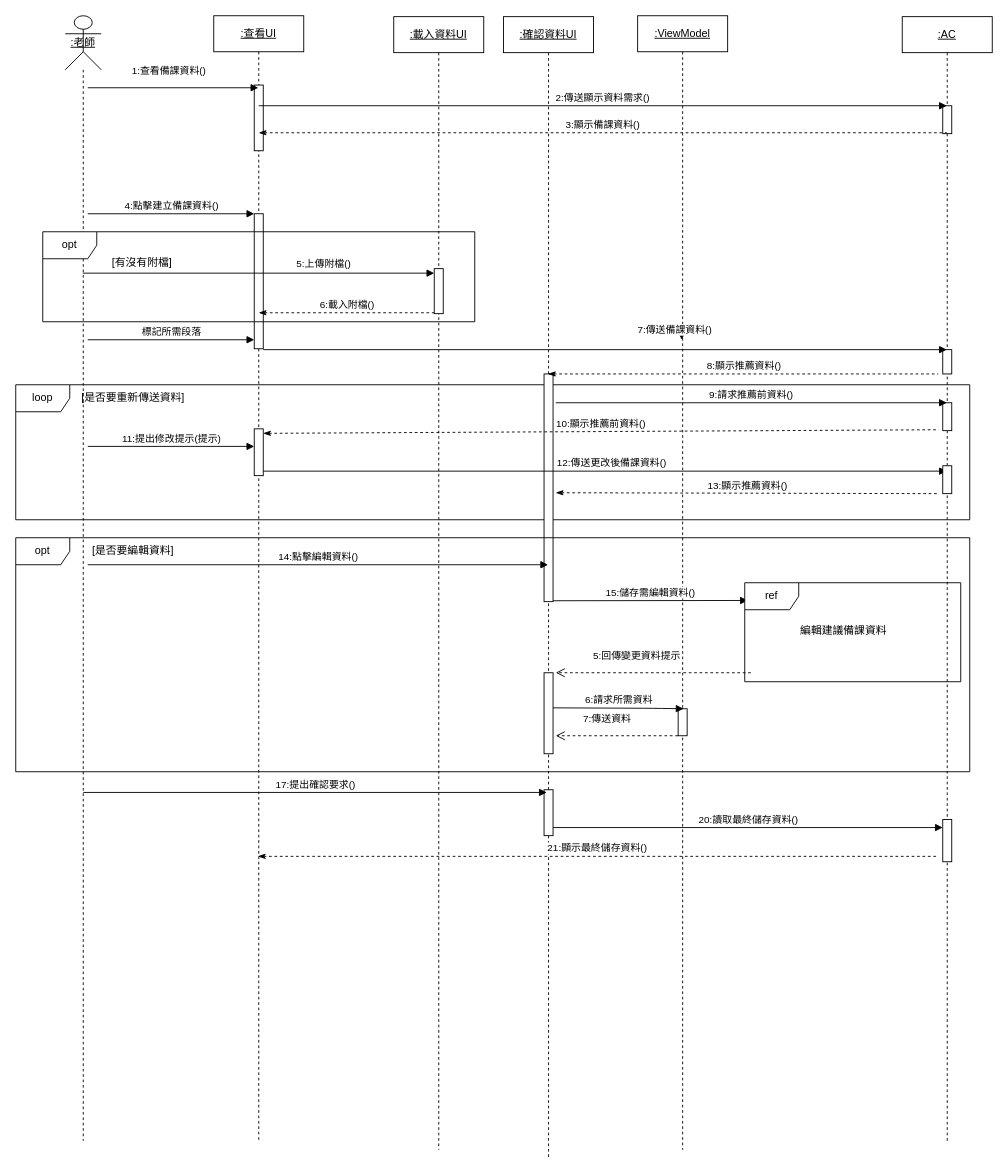
Above: 循序圖(建立備課資料-UI)-new.drawio in Kevincheng0804/System-analysis (draw.io), before the change. Source tidied: cells renumbered, new cells numbered last; positions are measured from the earlier drawing's top-left corner, leaving out a move shared by most shapes. Both pictures are drawn from the tidied source at 90%, with x=0, y=0 at pixel (15, 15).
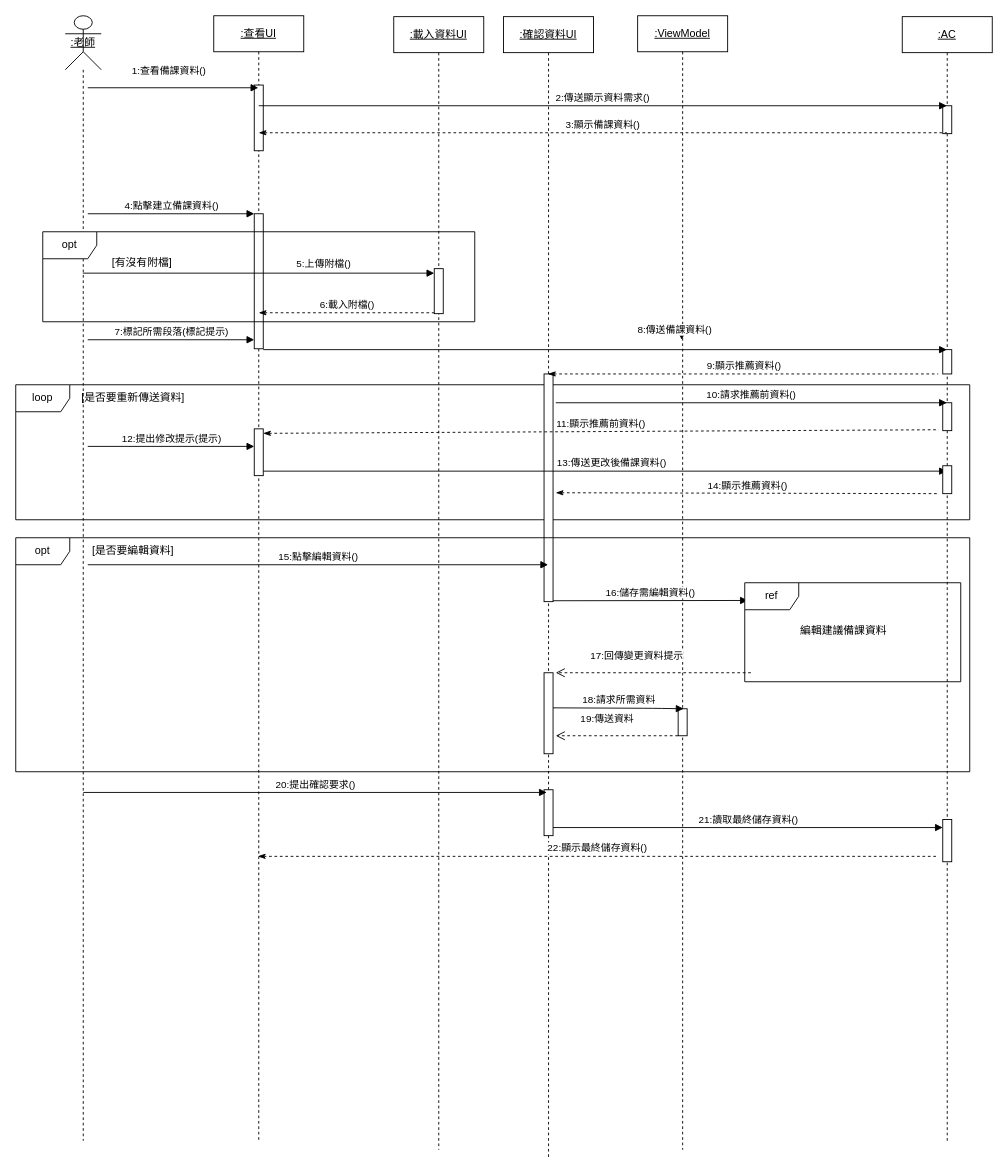
The same diagram, later.

Commit message:
更新循序圖(建立備課資料-UI)-new.drawio

The change refers to these unchanged cells:
```xml
<mxCell id="7" value="&lt;u&gt;:確認資料UI&lt;/u&gt;" style="shape=umlLifeline;perimeter=lifelinePerimeter;whiteSpace=wrap;html=1;outlineConnect=0;portConstraint=eastwest;newEdgeStyle={&quot;curved&quot;:0,&quot;rounded&quot;:0};" parent="1" vertex="1">
  <mxGeometry x="542" y="1" width="100" height="1269" as="geometry" />
</mxCell>
<mxCell id="12" value="&lt;u&gt;:AC&lt;/u&gt;" style="shape=umlLifeline;perimeter=lifelinePerimeter;whiteSpace=wrap;html=1;outlineConnect=0;portConstraint=eastwest;newEdgeStyle={&quot;curved&quot;:0,&quot;rounded&quot;:0};" parent="1" vertex="1">
  <mxGeometry x="985" y="1" width="100" height="1249" as="geometry" />
</mxCell>
<mxCell id="26" style="html=1;verticalAlign=bottom;endArrow=block;curved=0;rounded=0;" parent="1" edge="1">
  <mxGeometry relative="1" as="geometry">
    <mxPoint x="740" y="356" as="sourcePoint" />
    <mxPoint x="740" y="360" as="targetPoint" />
  </mxGeometry>
</mxCell>
<mxCell id="31" style="html=1;points=[[0,0,0,0,5],[0,1,0,0,-5],[1,0,0,0,5],[1,1,0,0,-5]];perimeter=orthogonalPerimeter;outlineConnect=0;targetShapes=umlLifeline;portConstraint=eastwest;newEdgeStyle={&quot;curved&quot;:0,&quot;rounded&quot;:0};" parent="1" vertex="1">
  <mxGeometry x="265" y="459" width="10" height="52" as="geometry" />
</mxCell>
<mxCell id="32" style="html=1;verticalAlign=bottom;endArrow=block;curved=0;rounded=0;exitX=1;exitY=1;exitDx=0;exitDy=-5;exitPerimeter=0;" parent="1" edge="1" source="31" target="12">
  <mxGeometry relative="1" as="geometry" />
</mxCell>
<mxCell id="45" value="ref" style="shape=umlFrame;whiteSpace=wrap;html=1;" parent="1" vertex="1">
  <mxGeometry x="810" y="630" width="240" height="110" as="geometry" />
</mxCell>
```

What changed in the source:
```diff
@@
-    <mxCell id="27" value="7:傳送備課資料()" style="edgeLabel;html=1;align=center;verticalAlign=middle;" parent="26" vertex="1">
+    <mxCell id="27" value="8:傳送備課資料()" style="edgeLabel;html=1;align=center;verticalAlign=middle;" parent="26" vertex="1">
       <mxGeometry x="0.04" relative="1" as="geometry">
         <mxPoint x="-9" y="-10" as="offset" />
       </mxGeometry>
     </mxCell>
-    <mxCell id="28" value="8:顯示推薦資料()" style="html=1;verticalAlign=bottom;endArrow=none;curved=0;rounded=0;startArrow=classicThin;startFill=1;endFill=0;dashed=1;" parent="1" edge="1" source="7">
+    <mxCell id="28" value="9:顯示推薦資料()" style="html=1;verticalAlign=bottom;endArrow=none;curved=0;rounded=0;startArrow=classicThin;startFill=1;endFill=0;dashed=1;" parent="1" edge="1" source="7">
       <mxGeometry relative="1" as="geometry">
         <mxPoint x="1025" y="398" as="targetPoint" />
       </mxGeometry>
     </mxCell>
-    <mxCell id="29" value="9:請求推薦前資料()" style="html=1;verticalAlign=bottom;endArrow=block;curved=0;rounded=0;" parent="1" edge="1" target="12">
+    <mxCell id="29" value="10:請求推薦前資料()" style="html=1;verticalAlign=bottom;endArrow=block;curved=0;rounded=0;" parent="1" edge="1" target="12">
       <mxGeometry relative="1" as="geometry">
         <mxPoint x="600" y="430" as="sourcePoint" />
       </mxGeometry>
     </mxCell>
-    <mxCell id="30" value="10:顯示推薦前資料()" style="html=1;verticalAlign=bottom;endArrow=none;curved=0;rounded=0;startArrow=classicThin;startFill=1;endFill=0;dashed=1;exitX=1;exitY=0;exitDx=0;exitDy=5;exitPerimeter=0;" parent="1" edge="1" source="31">
+    <mxCell id="30" value="11:顯示推薦前資料()" style="html=1;verticalAlign=bottom;endArrow=none;curved=0;rounded=0;startArrow=classicThin;startFill=1;endFill=0;dashed=1;exitX=1;exitY=0;exitDx=0;exitDy=5;exitPerimeter=0;" parent="1" edge="1" source="31">
       <mxGeometry relative="1" as="geometry">
         <mxPoint x="1025.5" y="460" as="targetPoint" />
       </mxGeometry>
     </mxCell>
@@
-    <mxCell id="33" value="12:傳送更改後備課資料()" style="edgeLabel;html=1;align=center;verticalAlign=middle;" parent="32" vertex="1">
+    <mxCell id="33" value="13:傳送更改後備課資料()" style="edgeLabel;html=1;align=center;verticalAlign=middle;" parent="32" vertex="1">
       <mxGeometry x="0.04" relative="1" as="geometry">
         <mxPoint x="-9" y="-10" as="offset" />
       </mxGeometry>
     </mxCell>
@@
-    <mxCell id="35" value="11:提出修改提示(提示)" style="html=1;verticalAlign=bottom;endArrow=block;curved=0;rounded=0;" parent="1" edge="1" target="31">
+    <mxCell id="35" value="12:提出修改提示(提示)" style="html=1;verticalAlign=bottom;endArrow=block;curved=0;rounded=0;" parent="1" edge="1" target="31">
       <mxGeometry relative="1" as="geometry">
         <mxPoint x="80" y="478.5" as="sourcePoint" />
       </mxGeometry>
     </mxCell>
@@
-    <mxCell id="37" value="13:顯示推薦資料()" style="html=1;verticalAlign=bottom;endArrow=none;curved=0;rounded=0;startArrow=classicThin;startFill=1;endFill=0;dashed=1;" parent="1" edge="1">
+    <mxCell id="37" value="14:顯示推薦資料()" style="html=1;verticalAlign=bottom;endArrow=none;curved=0;rounded=0;startArrow=classicThin;startFill=1;endFill=0;dashed=1;" parent="1" edge="1">
       <mxGeometry relative="1" as="geometry">
         <mxPoint x="600" y="530" as="sourcePoint" />
         <mxPoint x="1025.5" y="531" as="targetPoint" />
       </mxGeometry>
     </mxCell>
@@
-    <mxCell id="41" value="14:點擊編輯資料()" style="html=1;verticalAlign=bottom;endArrow=block;curved=0;rounded=0;" parent="1" edge="1">
+    <mxCell id="41" value="15:點擊編輯資料()" style="html=1;verticalAlign=bottom;endArrow=block;curved=0;rounded=0;" parent="1" edge="1">
       <mxGeometry relative="1" as="geometry">
         <mxPoint x="80" y="610" as="sourcePoint" />
         <mxPoint x="591.5" y="610" as="targetPoint" />
       </mxGeometry>
     </mxCell>
@@
-    <mxCell id="44" value="15:儲存需編輯資料()" style="html=1;verticalAlign=bottom;endArrow=block;curved=0;rounded=0;entryX=0.014;entryY=0.179;entryDx=0;entryDy=0;entryPerimeter=0;" parent="1" edge="1" target="45">
+    <mxCell id="44" value="16:儲存需編輯資料()" style="html=1;verticalAlign=bottom;endArrow=block;curved=0;rounded=0;entryX=0.014;entryY=0.179;entryDx=0;entryDy=0;entryPerimeter=0;" parent="1" edge="1" target="45">
       <mxGeometry relative="1" as="geometry">
         <mxPoint x="597" y="650" as="sourcePoint" />
       </mxGeometry>
     </mxCell>
@@
-    <mxCell id="47" value="17:提出確認要求()" style="html=1;verticalAlign=bottom;endArrow=block;curved=0;rounded=0;" parent="1" edge="1">
+    <mxCell id="47" value="20:提出確認要求()" style="html=1;verticalAlign=bottom;endArrow=block;curved=0;rounded=0;" parent="1" edge="1">
       <mxGeometry relative="1" as="geometry">
         <mxPoint x="75" y="863" as="sourcePoint" />
         <mxPoint x="590" y="863" as="targetPoint" />
       </mxGeometry>
     </mxCell>
-    <mxCell id="48" value="21:顯示最終儲存資料()" style="html=1;verticalAlign=bottom;endArrow=none;curved=0;rounded=0;startArrow=classicThin;startFill=1;endFill=0;dashed=1;" parent="1" edge="1">
+    <mxCell id="48" value="22:顯示最終儲存資料()" style="html=1;verticalAlign=bottom;endArrow=none;curved=0;rounded=0;startArrow=classicThin;startFill=1;endFill=0;dashed=1;" parent="1" edge="1">
       <mxGeometry relative="1" as="geometry">
         <mxPoint x="269.1" y="934" as="sourcePoint" />
         <mxPoint x="1022.5" y="934" as="targetPoint" />
       </mxGeometry>
     </mxCell>
-    <mxCell id="49" value="20:讀取最終儲存資料()" style="html=1;verticalAlign=bottom;endArrow=block;curved=0;rounded=0;" parent="1" edge="1">
+    <mxCell id="49" value="21:讀取最終儲存資料()" style="html=1;verticalAlign=bottom;endArrow=block;curved=0;rounded=0;" parent="1" edge="1">
       <mxGeometry relative="1" as="geometry">
         <mxPoint x="597" y="902" as="sourcePoint" />
         <mxPoint x="1030" y="902" as="targetPoint" />
       </mxGeometry>
     </mxCell>
@@
-    <mxCell id="51" value="6:請求所需資料" style="html=1;verticalAlign=bottom;startArrow=none;startFill=0;endArrow=block;startSize=8;" parent="1" edge="1">
+    <mxCell id="51" value="18:請求所需資料" style="html=1;verticalAlign=bottom;startArrow=none;startFill=0;endArrow=block;startSize=8;" parent="1" edge="1">
       <mxGeometry relative="1" as="geometry">
         <mxPoint x="597" y="769" as="sourcePoint" />
         <mxPoint x="742" y="770" as="targetPoint" />
         <Array as="points">
           <mxPoint x="707.5" y="769.5" />
         </Array>
       </mxGeometry>
     </mxCell>
-    <mxCell id="52" value="7:傳送資料" style="html=1;verticalAlign=bottom;endArrow=open;dashed=1;endSize=8;" parent="1" edge="1">
+    <mxCell id="52" value="19:傳送資料" style="html=1;verticalAlign=bottom;endArrow=open;dashed=1;endSize=8;" parent="1" edge="1">
       <mxGeometry x="0.17" y="-10" relative="1" as="geometry">
         <mxPoint x="735.8" y="800" as="sourcePoint" />
         <mxPoint x="600" y="800" as="targetPoint" />
       </mxGeometry>
     </mxCell>
-    <mxCell id="53" value="5:回傳變更資料提示" style="html=1;verticalAlign=bottom;endArrow=open;dashed=1;endSize=8;" parent="1" edge="1">
+    <mxCell id="53" value="17:回傳變更資料提示" style="html=1;verticalAlign=bottom;endArrow=open;dashed=1;endSize=8;" parent="1" edge="1">
       <mxGeometry x="0.17" y="-10" relative="1" as="geometry">
         <mxPoint x="816.8" y="730" as="sourcePoint" />
         <mxPoint x="600" y="730" as="targetPoint" />
       </mxGeometry>
     </mxCell>
-    <mxCell id="54" value="標記所需段落" style="html=1;verticalAlign=bottom;endArrow=block;curved=0;rounded=0;" parent="1" edge="1">
+    <mxCell id="54" value="7:標記所需段落(標記提示)" style="html=1;verticalAlign=bottom;endArrow=block;curved=0;rounded=0;" parent="1" edge="1">
       <mxGeometry relative="1" as="geometry">
         <mxPoint x="80" y="360" as="sourcePoint" />
         <mxPoint x="265" y="360" as="targetPoint" />
       </mxGeometry>
     </mxCell>
```
